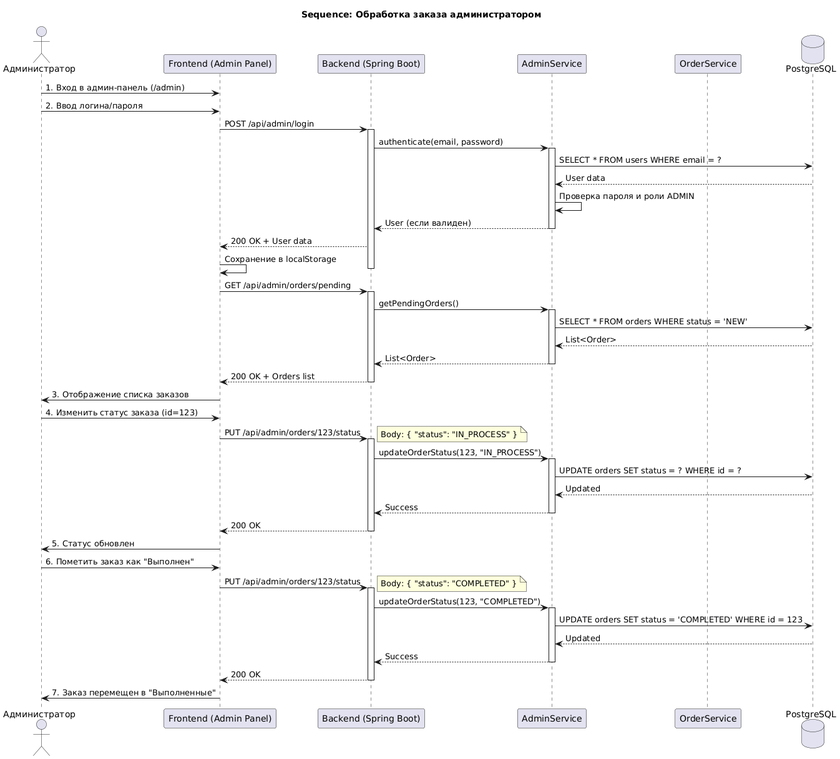
Earlier version of the PlantUML export website/schemas/sequence-order-processing.png (makrelbka/system_engineering). Its source is kept beside it as website/schemas/sequence-order-processing.puml. Source of this version:
```plantuml
@startuml Sequence_Order_Processing
title Sequence: Обработка заказа администратором

actor "Администратор" as Admin
participant "Frontend (Admin Panel)" as AdminPanel
participant "Backend (Spring Boot)" as Backend
participant "AdminService" as AdminService
participant "OrderService" as OrderService
database "PostgreSQL" as DB

Admin -> AdminPanel: 1. Вход в админ-панель (/admin)
Admin -> AdminPanel: 2. Ввод логина/пароля

AdminPanel -> Backend: POST /api/admin/login
activate Backend

Backend -> AdminService: authenticate(email, password)
activate AdminService
AdminService -> DB: SELECT * FROM users WHERE email = ?
DB --> AdminService: User data
AdminService -> AdminService: Проверка пароля и роли ADMIN
AdminService --> Backend: User (если валиден)
deactivate AdminService

Backend --> AdminPanel: 200 OK + User data
AdminPanel -> AdminPanel: Сохранение в localStorage

deactivate Backend

AdminPanel -> Backend: GET /api/admin/orders/pending
activate Backend
Backend -> AdminService: getPendingOrders()
activate AdminService
AdminService -> DB: SELECT * FROM orders WHERE status = 'NEW'
DB --> AdminService: List<Order>
AdminService --> Backend: List<Order>
deactivate AdminService
Backend --> AdminPanel: 200 OK + Orders list
deactivate Backend

AdminPanel -> Admin: 3. Отображение списка заказов

Admin -> AdminPanel: 4. Изменить статус заказа (id=123)
AdminPanel -> Backend: PUT /api/admin/orders/123/status
note right
  Body: { "status": "IN_PROCESS" }
end note
activate Backend

Backend -> AdminService: updateOrderStatus(123, "IN_PROCESS")
activate AdminService
AdminService -> DB: UPDATE orders SET status = ? WHERE id = ?
DB --> AdminService: Updated
AdminService --> Backend: Success
deactivate AdminService

Backend --> AdminPanel: 200 OK
deactivate Backend

AdminPanel -> Admin: 5. Статус обновлен

Admin -> AdminPanel: 6. Пометить заказ как "Выполнен"
AdminPanel -> Backend: PUT /api/admin/orders/123/status
note right
  Body: { "status": "COMPLETED" }
end note
activate Backend

Backend -> AdminService: updateOrderStatus(123, "COMPLETED")
activate AdminService
AdminService -> DB: UPDATE orders SET status = 'COMPLETED' WHERE id = 123
DB --> AdminService: Updated
AdminService --> Backend: Success
deactivate AdminService

Backend --> AdminPanel: 200 OK
deactivate Backend

AdminPanel -> Admin: 7. Заказ перемещен в "Выполненные"
@enduml
```
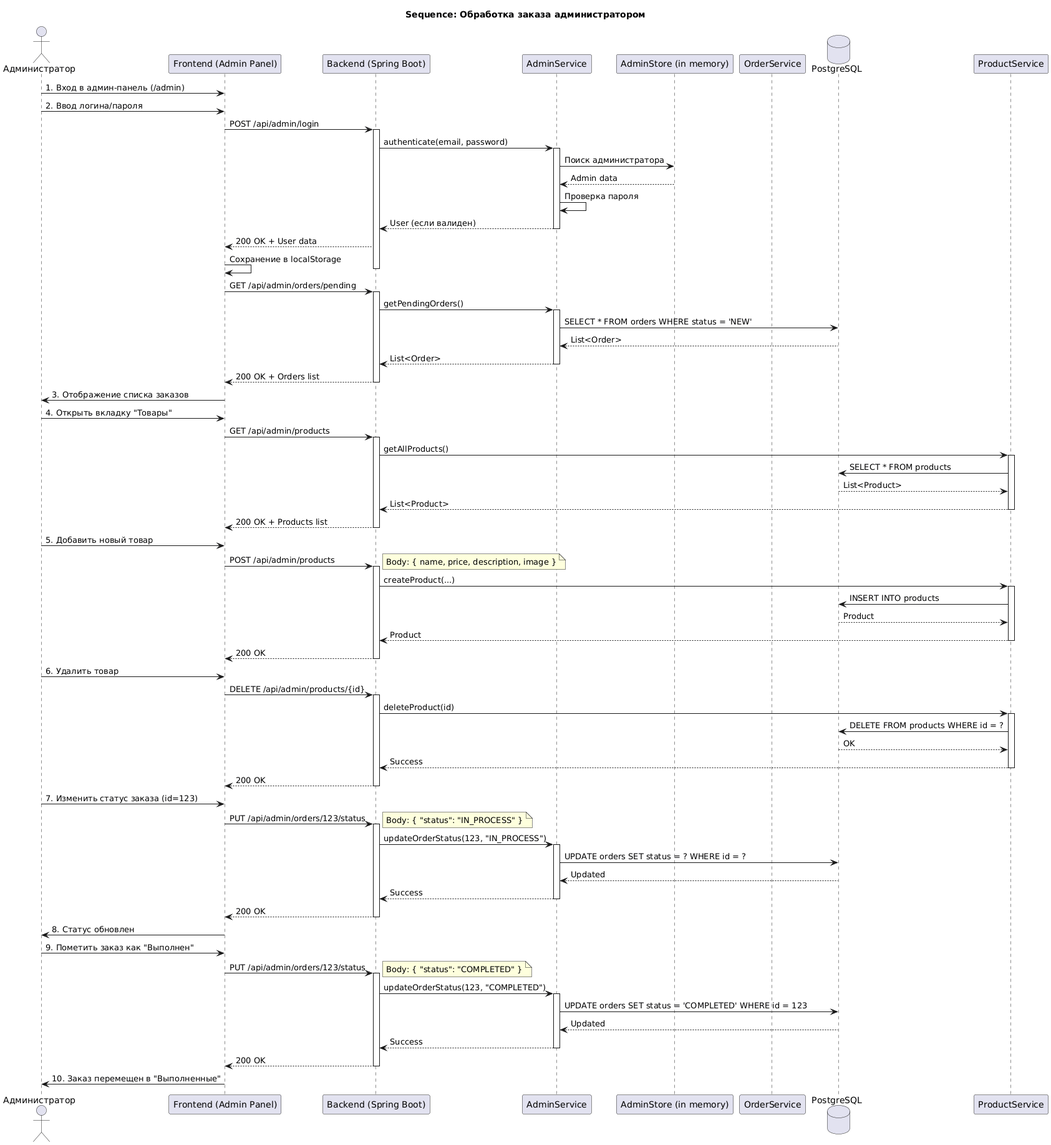
After the commit.

Diff of the diagram source:
```diff
@@ -5,6 +5,7 @@
 participant "Frontend (Admin Panel)" as AdminPanel
 participant "Backend (Spring Boot)" as Backend
 participant "AdminService" as AdminService
+participant "AdminStore (in memory)" as AdminStore
 participant "OrderService" as OrderService
 database "PostgreSQL" as DB
 
@@ -16,9 +17,9 @@
 
 Backend -> AdminService: authenticate(email, password)
 activate AdminService
-AdminService -> DB: SELECT * FROM users WHERE email = ?
-DB --> AdminService: User data
-AdminService -> AdminService: Проверка пароля и роли ADMIN
+AdminService -> AdminStore: Поиск администратора
+AdminStore --> AdminService: Admin data
+AdminService -> AdminService: Проверка пароля
 AdminService --> Backend: User (если валиден)
 deactivate AdminService
 
@@ -40,7 +41,46 @@
 
 AdminPanel -> Admin: 3. Отображение списка заказов
 
-Admin -> AdminPanel: 4. Изменить статус заказа (id=123)
+Admin -> AdminPanel: 4. Открыть вкладку "Товары"
+AdminPanel -> Backend: GET /api/admin/products
+activate Backend
+Backend -> ProductService: getAllProducts()
+activate ProductService
+ProductService -> DB: SELECT * FROM products
+DB --> ProductService: List<Product>
+ProductService --> Backend: List<Product>
+deactivate ProductService
+Backend --> AdminPanel: 200 OK + Products list
+deactivate Backend
+
+Admin -> AdminPanel: 5. Добавить новый товар
+AdminPanel -> Backend: POST /api/admin/products
+note right
+  Body: { name, price, description, image }
+end note
+activate Backend
+Backend -> ProductService: createProduct(...)
+activate ProductService
+ProductService -> DB: INSERT INTO products
+DB --> ProductService: Product
+ProductService --> Backend: Product
+deactivate ProductService
+Backend --> AdminPanel: 200 OK
+deactivate Backend
+
+Admin -> AdminPanel: 6. Удалить товар
+AdminPanel -> Backend: DELETE /api/admin/products/{id}
+activate Backend
+Backend -> ProductService: deleteProduct(id)
+activate ProductService
+ProductService -> DB: DELETE FROM products WHERE id = ?
+DB --> ProductService: OK
+ProductService --> Backend: Success
+deactivate ProductService
+Backend --> AdminPanel: 200 OK
+deactivate Backend
+
+Admin -> AdminPanel: 7. Изменить статус заказа (id=123)
 AdminPanel -> Backend: PUT /api/admin/orders/123/status
 note right
   Body: { "status": "IN_PROCESS" }
@@ -57,9 +97,9 @@
 Backend --> AdminPanel: 200 OK
 deactivate Backend
 
-AdminPanel -> Admin: 5. Статус обновлен
+AdminPanel -> Admin: 8. Статус обновлен
 
-Admin -> AdminPanel: 6. Пометить заказ как "Выполнен"
+Admin -> AdminPanel: 9. Пометить заказ как "Выполнен"
 AdminPanel -> Backend: PUT /api/admin/orders/123/status
 note right
   Body: { "status": "COMPLETED" }
@@ -76,5 +116,5 @@
 Backend --> AdminPanel: 200 OK
 deactivate Backend
 
-AdminPanel -> Admin: 7. Заказ перемещен в "Выполненные"
+AdminPanel -> Admin: 10. Заказ перемещен в "Выполненные"
 @enduml
```
